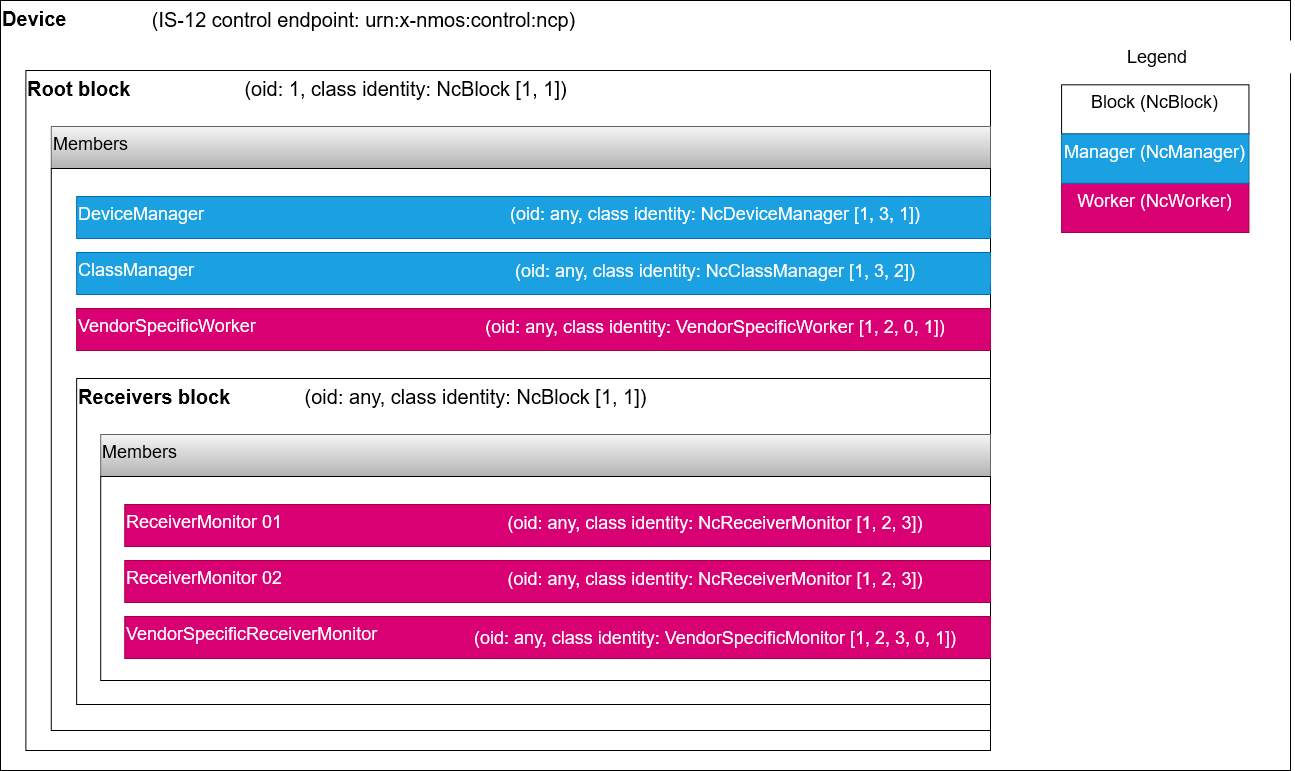
This is docs/images/typical-device-structure.png from AMWA-TV/info-006, a draw.io export, as it was before one commit. Source tidied: cells renumbered, new cells last; positions are measured from the earlier drawing's top-left corner, leaving out a move shared by most shapes.
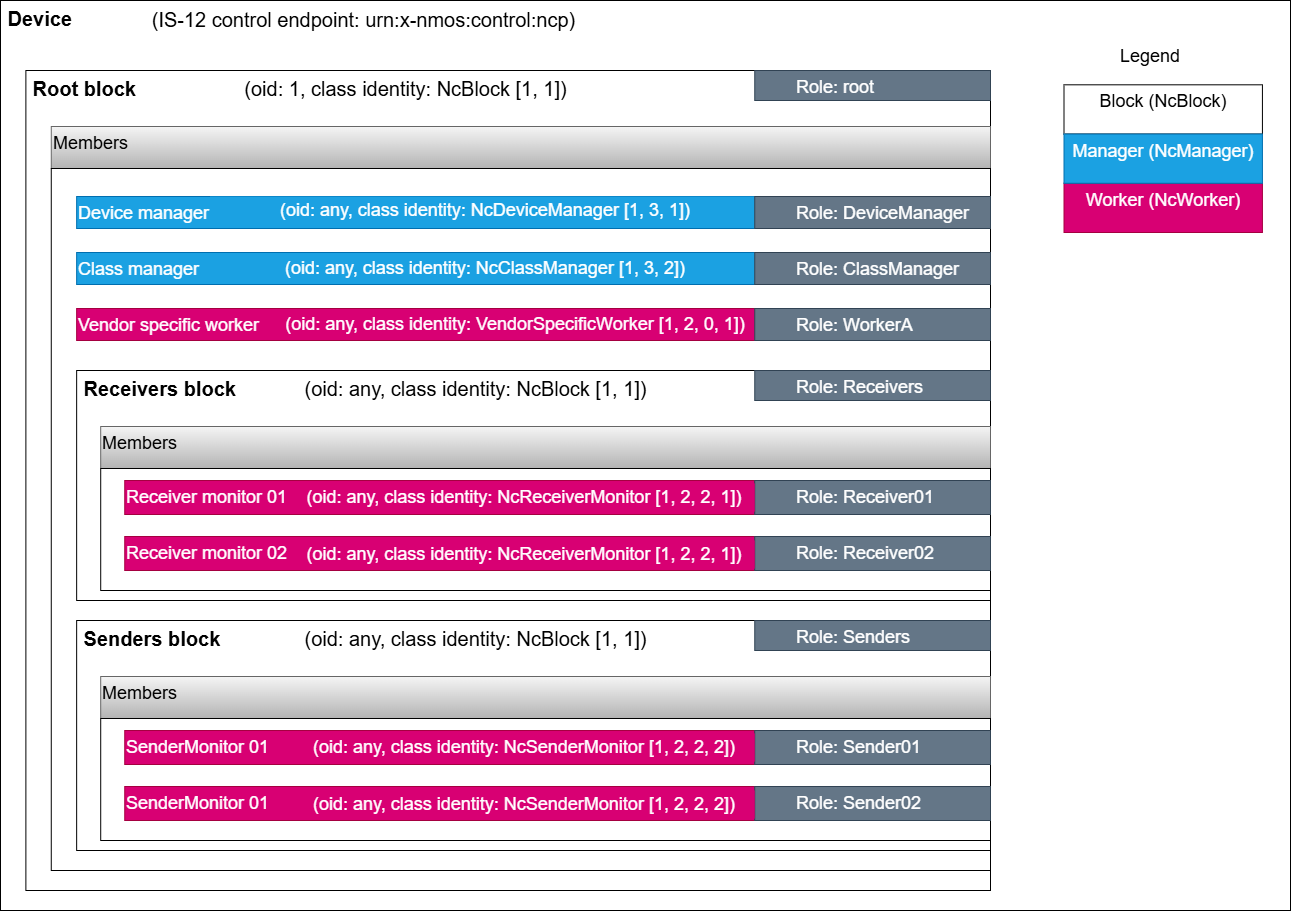
Later version of the same file.

Diff of the diagram source:
```diff
@@ -2,86 +2,134 @@
   <root>
     <mxCell id="0" style="html=1;" />
     <mxCell id="1" style="html=1;" parent="0" />
-    <mxCell id="2" value="Device" style="rounded=0;whiteSpace=wrap;html=1;verticalAlign=top;align=left;fontSize=20;fontStyle=1;" parent="1" vertex="1">
-      <mxGeometry width="1290" height="770" as="geometry" />
+    <mxCell id="2" value="&amp;nbsp;Device" style="rounded=0;whiteSpace=wrap;html=1;verticalAlign=top;align=left;fontSize=20;fontStyle=1;" parent="1" vertex="1">
+      <mxGeometry width="1290" height="910" as="geometry" />
     </mxCell>
-    <mxCell id="3" value="Root block" style="rounded=0;whiteSpace=wrap;html=1;fontSize=20;align=left;verticalAlign=top;fontStyle=1;" parent="1" vertex="1">
-      <mxGeometry x="25.4" y="70" width="964.6" height="680" as="geometry" />
+    <mxCell id="3" value="&amp;nbsp;Root block" style="rounded=0;whiteSpace=wrap;html=1;fontSize=20;align=left;verticalAlign=top;fontStyle=1;" parent="1" vertex="1">
+      <mxGeometry x="25.4" y="70" width="964.6" height="820" as="geometry" />
     </mxCell>
     <mxCell id="4" value="Members" style="rounded=0;whiteSpace=wrap;html=1;fontSize=18;align=left;verticalAlign=top;fillColor=#f5f5f5;strokeColor=#666666;gradientColor=#b3b3b3;" parent="1" vertex="1">
       <mxGeometry x="50.8" y="126" width="939.2" height="42" as="geometry" />
     </mxCell>
     <mxCell id="5" style="rounded=0;whiteSpace=wrap;html=1;fontSize=16;align=left;verticalAlign=top;" parent="1" vertex="1">
-      <mxGeometry x="50.8" y="168" width="939.2" height="562" as="geometry" />
+      <mxGeometry x="50.8" y="168" width="939.2" height="702" as="geometry" />
     </mxCell>
-    <mxCell id="6" value="DeviceManager" style="rounded=0;whiteSpace=wrap;html=1;fontSize=18;align=left;verticalAlign=top;fillColor=#1ba1e2;fontColor=#ffffff;strokeColor=#006EAF;" parent="1" vertex="1">
-      <mxGeometry x="76.2" y="196" width="913.8" height="42" as="geometry" />
+    <mxCell id="6" value="Device manager" style="rounded=0;whiteSpace=wrap;html=1;fontSize=18;align=left;verticalAlign=top;fillColor=#1ba1e2;fontColor=#ffffff;strokeColor=#006EAF;" parent="1" vertex="1">
+      <mxGeometry x="76.2" y="196" width="913.8" height="32" as="geometry" />
     </mxCell>
-    <mxCell id="7" value="ClassManager" style="rounded=0;whiteSpace=wrap;html=1;fontSize=18;align=left;verticalAlign=top;fillColor=#1ba1e2;fontColor=#ffffff;strokeColor=#006EAF;" parent="1" vertex="1">
-      <mxGeometry x="76.2" y="252" width="913.8" height="42" as="geometry" />
+    <mxCell id="7" value="Class manager" style="rounded=0;whiteSpace=wrap;html=1;fontSize=18;align=left;verticalAlign=top;fillColor=#1ba1e2;fontColor=#ffffff;strokeColor=#006EAF;" parent="1" vertex="1">
+      <mxGeometry x="76.2" y="252" width="913.9" height="32" as="geometry" />
     </mxCell>
-    <mxCell id="8" value="VendorSpecificWorker" style="rounded=0;whiteSpace=wrap;html=1;fontSize=18;align=left;verticalAlign=top;fillColor=#d80073;fontColor=#ffffff;strokeColor=#A50040;" parent="1" vertex="1">
-      <mxGeometry x="76.2" y="308" width="913.8" height="42" as="geometry" />
+    <mxCell id="8" value="Vendor specific worker" style="rounded=0;whiteSpace=wrap;html=1;fontSize=18;align=left;verticalAlign=top;fillColor=#d80073;fontColor=#ffffff;strokeColor=#A50040;" parent="1" vertex="1">
+      <mxGeometry x="76.2" y="308" width="913.9" height="32" as="geometry" />
     </mxCell>
-    <mxCell id="9" value="Receivers block" style="rounded=0;whiteSpace=wrap;html=1;fontSize=20;align=left;verticalAlign=top;fontStyle=1;" parent="1" vertex="1">
-      <mxGeometry x="76.2" y="378" width="913.9" height="326" as="geometry" />
-    </mxCell>
-    <mxCell id="10" value="Members" style="rounded=0;whiteSpace=wrap;html=1;fontSize=18;align=left;verticalAlign=top;fillColor=#f5f5f5;gradientColor=#b3b3b3;strokeColor=#666666;" parent="1" vertex="1">
-      <mxGeometry x="100.2" y="434" width="889.8" height="42" as="geometry" />
-    </mxCell>
-    <mxCell id="11" style="rounded=0;whiteSpace=wrap;html=1;fontSize=16;align=left;verticalAlign=top;" parent="1" vertex="1">
-      <mxGeometry x="100.2" y="476" width="889.8" height="204" as="geometry" />
-    </mxCell>
-    <mxCell id="12" value="ReceiverMonitor 01" style="rounded=0;whiteSpace=wrap;html=1;fontSize=18;align=left;verticalAlign=top;fillColor=#d80073;fontColor=#ffffff;strokeColor=#A50040;" parent="1" vertex="1">
-      <mxGeometry x="124.3" y="504" width="865.7" height="42" as="geometry" />
-    </mxCell>
-    <mxCell id="13" value="ReceiverMonitor 02" style="rounded=0;whiteSpace=wrap;html=1;fontSize=18;align=left;verticalAlign=top;fillColor=#d80073;fontColor=#ffffff;strokeColor=#A50040;" parent="1" vertex="1">
-      <mxGeometry x="124.3" y="560" width="865.7" height="42" as="geometry" />
-    </mxCell>
-    <mxCell id="14" value="VendorSpecificReceiverMonitor" style="rounded=0;whiteSpace=wrap;html=1;fontSize=18;align=left;verticalAlign=top;fillColor=#d80073;fontColor=#ffffff;strokeColor=#A50040;" parent="1" vertex="1">
-      <mxGeometry x="124.3" y="616" width="865.7" height="42" as="geometry" />
-    </mxCell>
     <mxCell id="15" value="(IS-12 control endpoint: urn:x-nmos:control:ncp)" style="rounded=0;whiteSpace=wrap;html=1;fontSize=20;strokeColor=none;" parent="1" vertex="1">
       <mxGeometry x="90" y="5.8" width="547.1" height="26.2" as="geometry" />
     </mxCell>
-    <mxCell id="16" value="(oid: any, class identity: NcBlock [1, 1])" style="rounded=0;whiteSpace=wrap;html=1;fontSize=20;strokeColor=none;" parent="1" vertex="1">
-      <mxGeometry x="250" y="383" width="450.6" height="26.2" as="geometry" />
-    </mxCell>
     <mxCell id="17" value="(oid: any, class identity: NcDeviceManager [1, 3, 1])" style="rounded=0;whiteSpace=wrap;html=1;fontSize=18;strokeColor=none;fillColor=#1ba1e2;fontColor=#ffffff;" parent="1" vertex="1">
-      <mxGeometry x="440" y="199" width="550" height="28" as="geometry" />
+      <mxGeometry x="210" y="196" width="550" height="28" as="geometry" />
     </mxCell>
     <mxCell id="18" value="(oid: any, class identity: NcClassManager [1, 3, 2])" style="rounded=0;whiteSpace=wrap;html=1;fontSize=18;strokeColor=none;fillColor=#1ba1e2;fontColor=#ffffff;" parent="1" vertex="1">
-      <mxGeometry x="440" y="256" width="550" height="28" as="geometry" />
+      <mxGeometry x="210" y="256" width="550" height="24" as="geometry" />
     </mxCell>
     <mxCell id="19" style="group;fontSize=18;" parent="1" vertex="1">
-      <mxGeometry x="1020" y="40" width="273.9" height="192" as="geometry" />
+      <mxGeometry x="1020" y="40" width="290" height="192" as="geometry" />
     </mxCell>
     <mxCell id="20" value="Legend" style="rounded=0;whiteSpace=wrap;html=1;fontSize=18;strokeColor=none;" parent="19" vertex="1">
-      <mxGeometry width="273.8" height="32.8" as="geometry" />
+      <mxGeometry width="260" height="32.8" as="geometry" />
     </mxCell>
     <mxCell id="21" value="Block (NcBlock)" style="rounded=0;whiteSpace=wrap;html=1;fontSize=18;align=center;verticalAlign=top;" parent="19" vertex="1">
-      <mxGeometry x="41.1" y="44.3" width="187.4" height="49.2" as="geometry" />
+      <mxGeometry x="43.5" y="44.3" width="198.4" height="49.2" as="geometry" />
     </mxCell>
     <mxCell id="22" value="Worker (NcWorker)" style="rounded=0;whiteSpace=wrap;html=1;fontSize=18;align=center;verticalAlign=top;fillColor=#d80073;fontColor=#ffffff;strokeColor=#A50040;" parent="19" vertex="1">
-      <mxGeometry x="41.1" y="142.8" width="187.4" height="49.2" as="geometry" />
+      <mxGeometry x="43.5" y="142.8" width="198.4" height="49.2" as="geometry" />
     </mxCell>
     <mxCell id="23" value="Manager (NcManager)" style="rounded=0;whiteSpace=wrap;html=1;fontSize=18;align=center;verticalAlign=top;fillColor=#1ba1e2;strokeColor=#006EAF;fontColor=#ffffff;" parent="19" vertex="1">
-      <mxGeometry x="41.1" y="93.5" width="187.4" height="49.2" as="geometry" />
+      <mxGeometry x="43.5" y="93.5" width="198.4" height="49.2" as="geometry" />
     </mxCell>
     <mxCell id="24" value="(oid: 1, class identity: NcBlock [1, 1])" style="rounded=0;whiteSpace=wrap;html=1;fontSize=20;strokeColor=none;" parent="1" vertex="1">
       <mxGeometry x="180" y="75" width="450.6" height="26.2" as="geometry" />
     </mxCell>
     <mxCell id="25" value="(oid: any, class identity: VendorSpecificWorker [1, 2, 0, 1])" style="rounded=0;whiteSpace=wrap;html=1;fontSize=18;strokeColor=none;fillColor=#d80073;fontColor=#ffffff;" parent="1" vertex="1">
-      <mxGeometry x="440" y="312" width="550" height="28" as="geometry" />
+      <mxGeometry x="260" y="310" width="510" height="28" as="geometry" />
     </mxCell>
-    <mxCell id="26" value="(oid: any, class identity: NcReceiverMonitor [1, 2, 3])" style="rounded=0;whiteSpace=wrap;html=1;fontSize=18;strokeColor=none;fillColor=#d80073;fontColor=#ffffff;" parent="1" vertex="1">
-      <mxGeometry x="440" y="508" width="550" height="28" as="geometry" />
-    </mxCell>
-    <mxCell id="27" value="(oid: any, class identity: NcReceiverMonitor [1, 2, 3])" style="rounded=0;whiteSpace=wrap;html=1;fontSize=18;strokeColor=none;fillColor=#d80073;fontColor=#ffffff;" parent="1" vertex="1">
-      <mxGeometry x="440" y="564" width="550" height="28" as="geometry" />
-    </mxCell>
-    <mxCell id="28" value="(oid: any, class identity: VendorSpecificMonitor [1, 2, 3, 0, 1])" style="rounded=0;whiteSpace=wrap;html=1;fontSize=18;strokeColor=none;fillColor=#d80073;fontColor=#ffffff;" parent="1" vertex="1">
-      <mxGeometry x="440" y="623" width="550" height="28" as="geometry" />
-    </mxCell>
+    <mxCell id="29" value="&amp;nbsp;Senders block" style="rounded=0;whiteSpace=wrap;html=1;fontSize=20;align=left;verticalAlign=top;fontStyle=1;" parent="1" vertex="1">
+      <mxGeometry x="76.2" y="620" width="913.9" height="230" as="geometry" />
+    </mxCell>
+    <mxCell id="30" value="Members" style="rounded=0;whiteSpace=wrap;html=1;fontSize=18;align=left;verticalAlign=top;fillColor=#f5f5f5;gradientColor=#b3b3b3;strokeColor=#666666;" parent="1" vertex="1">
+      <mxGeometry x="100.2" y="676" width="889.8" height="42" as="geometry" />
+    </mxCell>
+    <mxCell id="31" style="rounded=0;whiteSpace=wrap;html=1;fontSize=16;align=left;verticalAlign=top;" parent="1" vertex="1">
+      <mxGeometry x="100.2" y="718" width="889.8" height="122" as="geometry" />
+    </mxCell>
+    <mxCell id="32" value="SenderMonitor 01" style="rounded=0;whiteSpace=wrap;html=1;fontSize=18;align=left;verticalAlign=top;fillColor=#d80073;fontColor=#ffffff;strokeColor=#A50040;" parent="1" vertex="1">
+      <mxGeometry x="124.2" y="730" width="630" height="34" as="geometry" />
+    </mxCell>
+    <mxCell id="33" value="(oid: any, class identity: NcBlock [1, 1])" style="rounded=0;whiteSpace=wrap;html=1;fontSize=20;strokeColor=none;" parent="1" vertex="1">
+      <mxGeometry x="250" y="625" width="450.6" height="26.2" as="geometry" />
+    </mxCell>
+    <mxCell id="34" value="&lt;span style=&quot;white-space: pre;&quot;&gt;&#9;&lt;/span&gt;Role: Sender01" style="rounded=0;whiteSpace=wrap;html=1;fontSize=18;align=left;verticalAlign=top;fillColor=#647687;fontColor=#ffffff;strokeColor=#314354;" parent="1" vertex="1">
+      <mxGeometry x="754.2" y="730" width="235.8" height="34" as="geometry" />
+    </mxCell>
+    <mxCell id="35" value="&lt;span style=&quot;white-space: pre;&quot;&gt;&#9;&lt;/span&gt;Role: Senders" style="rounded=0;whiteSpace=wrap;html=1;fontSize=18;align=left;verticalAlign=top;fillColor=#647687;fontColor=#ffffff;strokeColor=#314354;" parent="1" vertex="1">
+      <mxGeometry x="754.2" y="620" width="235.8" height="30" as="geometry" />
+    </mxCell>
+    <mxCell id="36" value="SenderMonitor 01" style="rounded=0;whiteSpace=wrap;html=1;fontSize=18;align=left;verticalAlign=top;fillColor=#d80073;fontColor=#ffffff;strokeColor=#A50040;" parent="1" vertex="1">
+      <mxGeometry x="124.2" y="786" width="630" height="34" as="geometry" />
+    </mxCell>
+    <mxCell id="37" value="&lt;span style=&quot;white-space: pre;&quot;&gt;&#9;&lt;/span&gt;Role: root" style="rounded=0;whiteSpace=wrap;html=1;fontSize=18;align=left;verticalAlign=top;fillColor=#647687;fontColor=#ffffff;strokeColor=#314354;" parent="1" vertex="1">
+      <mxGeometry x="754.2" y="70" width="235.8" height="30" as="geometry" />
+    </mxCell>
+    <mxCell id="38" value="&lt;span style=&quot;white-space: pre;&quot;&gt;&#9;&lt;/span&gt;Role: Sender02" style="rounded=0;whiteSpace=wrap;html=1;fontSize=18;align=left;verticalAlign=top;fillColor=#647687;fontColor=#ffffff;strokeColor=#314354;" parent="1" vertex="1">
+      <mxGeometry x="754.2" y="786" width="235.8" height="34" as="geometry" />
+    </mxCell>
+    <mxCell id="39" value="(oid: any, class identity: NcSenderMonitor [1, 2, 2, 2])" style="rounded=0;whiteSpace=wrap;html=1;fontSize=18;strokeColor=none;fillColor=#d80073;fontColor=#ffffff;" parent="1" vertex="1">
+      <mxGeometry x="294.2" y="733" width="460" height="28" as="geometry" />
+    </mxCell>
+    <mxCell id="40" value="(oid: any, class identity: NcSenderMonitor [1, 2, 2, 2])" style="rounded=0;whiteSpace=wrap;html=1;fontSize=18;strokeColor=none;fillColor=#d80073;fontColor=#ffffff;" parent="1" vertex="1">
+      <mxGeometry x="294.2" y="790" width="460" height="28" as="geometry" />
+    </mxCell>
+    <mxCell id="9" value="&amp;nbsp;Receivers block" style="rounded=0;whiteSpace=wrap;html=1;fontSize=20;align=left;verticalAlign=top;fontStyle=1;" parent="1" vertex="1">
+      <mxGeometry x="76.2" y="370" width="913.9" height="230" as="geometry" />
+    </mxCell>
+    <mxCell id="41" value="Members" style="rounded=0;whiteSpace=wrap;html=1;fontSize=18;align=left;verticalAlign=top;fillColor=#f5f5f5;gradientColor=#b3b3b3;strokeColor=#666666;" parent="1" vertex="1">
+      <mxGeometry x="100.2" y="426" width="889.8" height="42" as="geometry" />
+    </mxCell>
+    <mxCell id="42" style="rounded=0;whiteSpace=wrap;html=1;fontSize=16;align=left;verticalAlign=top;" parent="1" vertex="1">
+      <mxGeometry x="100.2" y="468" width="889.8" height="122" as="geometry" />
+    </mxCell>
+    <mxCell id="43" value="Receiver monitor 01" style="rounded=0;whiteSpace=wrap;html=1;fontSize=18;align=left;verticalAlign=top;fillColor=#d80073;fontColor=#ffffff;strokeColor=#A50040;" parent="1" vertex="1">
+      <mxGeometry x="124.2" y="480" width="630" height="34" as="geometry" />
+    </mxCell>
+    <mxCell id="44" value="(oid: any, class identity: NcBlock [1, 1])" style="rounded=0;whiteSpace=wrap;html=1;fontSize=20;strokeColor=none;" parent="1" vertex="1">
+      <mxGeometry x="250" y="375" width="450.6" height="26.2" as="geometry" />
+    </mxCell>
+    <mxCell id="45" value="&lt;span style=&quot;white-space: pre;&quot;&gt;&#9;&lt;/span&gt;Role: Receiver01" style="rounded=0;whiteSpace=wrap;html=1;fontSize=18;align=left;verticalAlign=top;fillColor=#647687;fontColor=#ffffff;strokeColor=#314354;" parent="1" vertex="1">
+      <mxGeometry x="754.2" y="480" width="235.8" height="34" as="geometry" />
+    </mxCell>
+    <mxCell id="46" value="&lt;span style=&quot;white-space: pre;&quot;&gt;&#9;&lt;/span&gt;Role: Receivers" style="rounded=0;whiteSpace=wrap;html=1;fontSize=18;align=left;verticalAlign=top;fillColor=#647687;fontColor=#ffffff;strokeColor=#314354;" parent="1" vertex="1">
+      <mxGeometry x="754.2" y="370" width="235.8" height="30" as="geometry" />
+    </mxCell>
+    <mxCell id="47" value="Receiver monitor 02" style="rounded=0;whiteSpace=wrap;html=1;fontSize=18;align=left;verticalAlign=top;fillColor=#d80073;fontColor=#ffffff;strokeColor=#A50040;" parent="1" vertex="1">
+      <mxGeometry x="124.2" y="536" width="630" height="34" as="geometry" />
+    </mxCell>
+    <mxCell id="48" value="&lt;span style=&quot;white-space: pre;&quot;&gt;&#9;&lt;/span&gt;Role: Receiver02" style="rounded=0;whiteSpace=wrap;html=1;fontSize=18;align=left;verticalAlign=top;fillColor=#647687;fontColor=#ffffff;strokeColor=#314354;" parent="1" vertex="1">
+      <mxGeometry x="754.2" y="536" width="235.8" height="34" as="geometry" />
+    </mxCell>
+    <mxCell id="49" value="(oid: any, class identity: NcReceiverMonitor [1, 2, 2, 1])" style="rounded=0;whiteSpace=wrap;html=1;fontSize=18;strokeColor=none;fillColor=#d80073;fontColor=#ffffff;" parent="1" vertex="1">
+      <mxGeometry x="294.2" y="483" width="460" height="28" as="geometry" />
+    </mxCell>
+    <mxCell id="50" value="(oid: any, class identity: NcReceiverMonitor [1, 2, 2, 1])" style="rounded=0;whiteSpace=wrap;html=1;fontSize=18;strokeColor=none;fillColor=#d80073;fontColor=#ffffff;" parent="1" vertex="1">
+      <mxGeometry x="294.2" y="540" width="460" height="28" as="geometry" />
+    </mxCell>
+    <mxCell id="51" value="&lt;span style=&quot;white-space: pre;&quot;&gt;&#9;&lt;/span&gt;Role: DeviceManager" style="rounded=0;whiteSpace=wrap;html=1;fontSize=18;align=left;verticalAlign=top;fillColor=#647687;fontColor=#ffffff;strokeColor=#314354;" parent="1" vertex="1">
+      <mxGeometry x="754.2" y="196" width="235.8" height="32" as="geometry" />
+    </mxCell>
+    <mxCell id="52" value="&lt;span style=&quot;white-space: pre;&quot;&gt;&#9;&lt;/span&gt;Role: ClassManager" style="rounded=0;whiteSpace=wrap;html=1;fontSize=18;align=left;verticalAlign=top;fillColor=#647687;fontColor=#ffffff;strokeColor=#314354;" parent="1" vertex="1">
+      <mxGeometry x="754.2" y="252" width="235.8" height="32" as="geometry" />
+    </mxCell>
+    <mxCell id="53" value="&lt;span style=&quot;white-space: pre;&quot;&gt;&#9;&lt;/span&gt;Role: WorkerA" style="rounded=0;whiteSpace=wrap;html=1;fontSize=18;align=left;verticalAlign=top;fillColor=#647687;fontColor=#ffffff;strokeColor=#314354;" parent="1" vertex="1">
+      <mxGeometry x="754.2" y="308" width="235.8" height="32" as="geometry" />
+    </mxCell>
   </root>
 </mxGraphModel>
```
